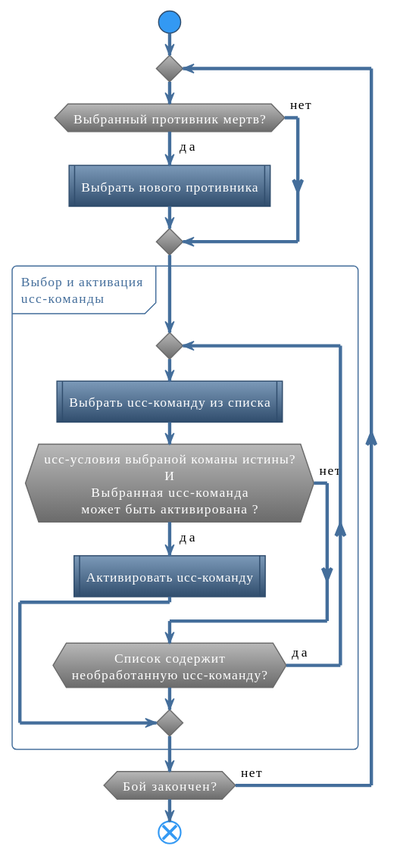
Before: Ucc/diagrams/UccAlgorithm-RU.svg, a diagram exported from PlantUML (qpAHTA3EP/EntityToolsDocs). The source it was exported from:
```plantuml
@startuml
!theme spacelab
skinparam DefaultTextAlignment center
skinparam ConditionEndStyle diamond

start
repeat
    if(Выбранный противник мертв?) then (<color:black>да)
        :Выбрать нового противника|
    else (<color:black>нет)
    endif
    partition "Выбор и активация\nucc-команды" {
        repeat
            :Выбрать ucc-команду из списка|
            if(ucc-условия выбраной команы истины?\nИ\nВыбранная ucc-команда\nможет быть активирована ?) then (<color:black>да)
                :Активировать ucc-команду|
                break
            else (<color:black>нет)
            endif
        repeat while (Список содержит\nнеобработанную ucc-команду?) is (<color:black>да)
    }
repeat while (Бой закончен?) is (<color:black>нет)

end
@enduml
```
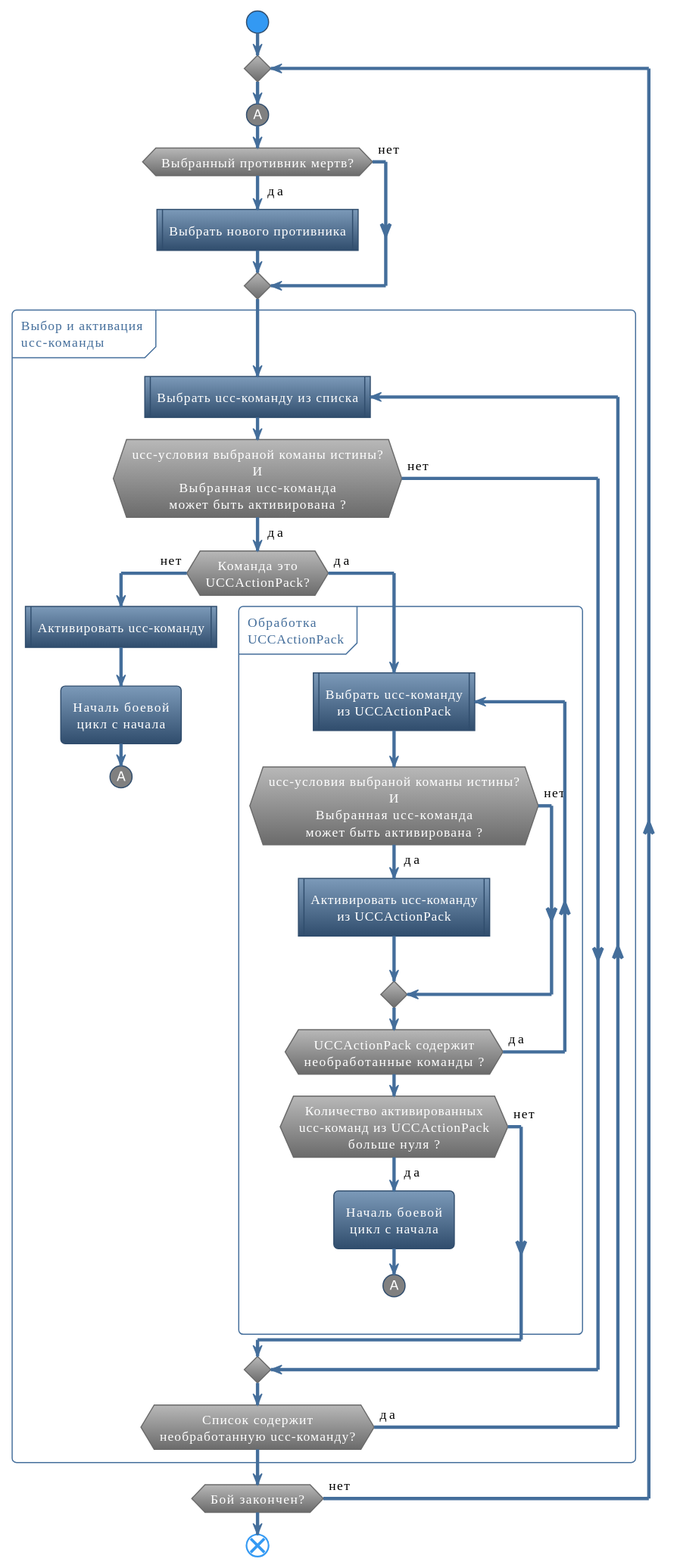
Above is the later version.

What changed in the source:
```diff
@@ -5,16 +5,36 @@
 
 start
 repeat
+    #gray:(A)
     if(Выбранный противник мертв?) then (<color:black>да)
         :Выбрать нового противника|
     else (<color:black>нет)
     endif
     partition "Выбор и активация\nucc-команды" {
-        repeat
-            :Выбрать ucc-команду из списка|
+        repeat :Выбрать ucc-команду из списка|
             if(ucc-условия выбраной команы истины?\nИ\nВыбранная ucc-команда\nможет быть активирована ?) then (<color:black>да)
-                :Активировать ucc-команду|
-                break
+                if(Команда это\nUCCActionPack?) then (<color:black>нет)
+                    :Активировать ucc-команду|
+                    :Началь боевой\nцикл с начала;
+                    #gray:(A)
+                    detach
+                else (<color:black>да)
+                    partition "Обработка\nUCCActionPack" {
+                        repeat :Выбрать ucc-команду\nиз UCCActionPack|
+                            if(ucc-условия выбраной команы истины?\nИ\nВыбранная ucc-команда\nможет быть активирована ?) then (<color:black>да)
+                                :Активировать ucc-команду\nиз UCCActionPack|
+                                label main_loop_end
+                            else (<color:black>нет)
+                            endif
+                        repeat while(UCCActionPack содержит\nнеобработанные команды ?) is (<color:black>да)
+                        if(Количество активированных\nucc-команд из UCCActionPack\nбольше нуля ?) then (<color:black>да)
+                            :Началь боевой\nцикл с начала;
+                            #gray:(A)
+                            detach
+                        else (<color:black>нет)
+                        endif
+                    }
+                endif
             else (<color:black>нет)
             endif
         repeat while (Список содержит\nнеобработанную ucc-команду?) is (<color:black>да)
```
